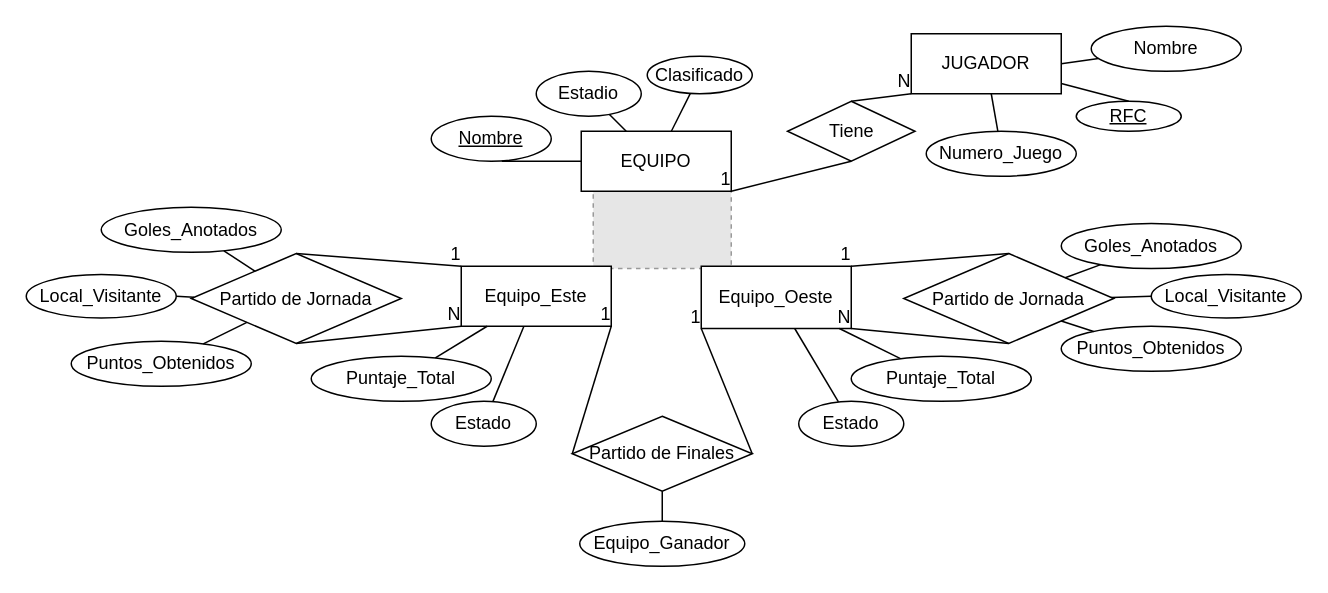
This is Futbol.drawio from IsraMejia/DiagramasEntidadRelacion, a draw.io file, before an edit. Source tidied: cells renumbered, new cells numbered last; positions are measured from the earlier drawing's top-left corner, leaving out a move shared by most shapes. Both pictures are drawn from the tidied source at 150%, with x=0, y=0 at pixel (26, 26). Pictures stored in the file or linked from it are replaced by grey dashed boxes.
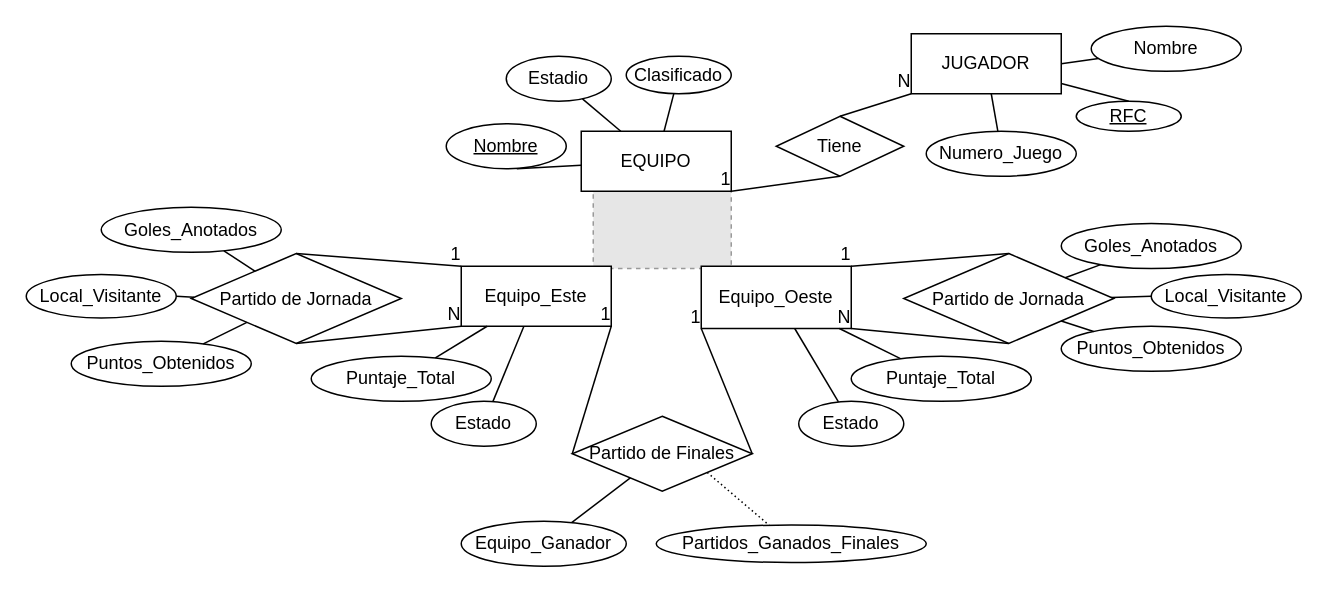
After the change.

Commit message:
partidos ganados

Unchanged cells that the change refers to:
```xml
<mxCell id="41" value="Partido de Finales" style="shape=rhombus;perimeter=rhombusPerimeter;whiteSpace=wrap;html=1;align=center;" parent="1" vertex="1">
  <mxGeometry x="364" y="260" width="120" height="50" as="geometry" />
</mxCell>
```

Change to the diagram source:
```diff
@@
     <mxCell id="4" value="Estadio" style="ellipse;whiteSpace=wrap;html=1;align=center;" parent="1" vertex="1">
-      <mxGeometry x="340" y="30" width="70" height="30" as="geometry" />
+      <mxGeometry x="320" y="20" width="70" height="30" as="geometry" />
     </mxCell>
     <mxCell id="5" value="Nombre" style="ellipse;whiteSpace=wrap;html=1;align=center;fontStyle=4;" parent="1" vertex="1">
-      <mxGeometry x="270" y="60" width="80" height="30" as="geometry" />
+      <mxGeometry x="280" y="65" width="80" height="30" as="geometry" />
     </mxCell>
@@
     <mxCell id="15" value="Clasificado" style="ellipse;whiteSpace=wrap;html=1;align=center;" parent="1" vertex="1">
-      <mxGeometry x="414" y="20" width="70" height="25" as="geometry" />
+      <mxGeometry x="400" y="20" width="70" height="25" as="geometry" />
     </mxCell>
@@
     <mxCell id="47" value="Equipo_Ganador" style="ellipse;whiteSpace=wrap;html=1;align=center;" parent="1" vertex="1">
-      <mxGeometry x="369" y="330" width="110" height="30" as="geometry" />
+      <mxGeometry x="290" y="330" width="110" height="30" as="geometry" />
     </mxCell>
-    <mxCell id="48" style="endArrow=none;html=1;rounded=0;exitX=0.5;exitY=1;exitDx=0;exitDy=0;" parent="1" edge="1" source="41" target="47">
+    <mxCell id="48" style="endArrow=none;html=1;rounded=0;" parent="1" edge="1" source="41" target="47">
       <mxGeometry relative="1" as="geometry" />
     </mxCell>
     <mxCell id="49" value="Tiene" style="shape=rhombus;perimeter=rhombusPerimeter;whiteSpace=wrap;html=1;align=center;" parent="1" vertex="1">
-      <mxGeometry x="507.5" y="50" width="85" height="40" as="geometry" />
+      <mxGeometry x="500" y="60" width="85" height="40" as="geometry" />
     </mxCell>
@@
+    <mxCell id="61" value="Partidos_Ganados_Finales" style="ellipse;whiteSpace=wrap;html=1;align=center;" parent="1" vertex="1">
+      <mxGeometry x="420" y="332.5" width="180" height="25" as="geometry" />
+    </mxCell>
+    <mxCell id="62" style="endArrow=none;html=1;rounded=0;dashed=1;dashPattern=1 2;exitX=1;exitY=1;exitDx=0;exitDy=0;" parent="1" edge="1" source="41" target="61">
+      <mxGeometry relative="1" as="geometry" />
+    </mxCell>
```
